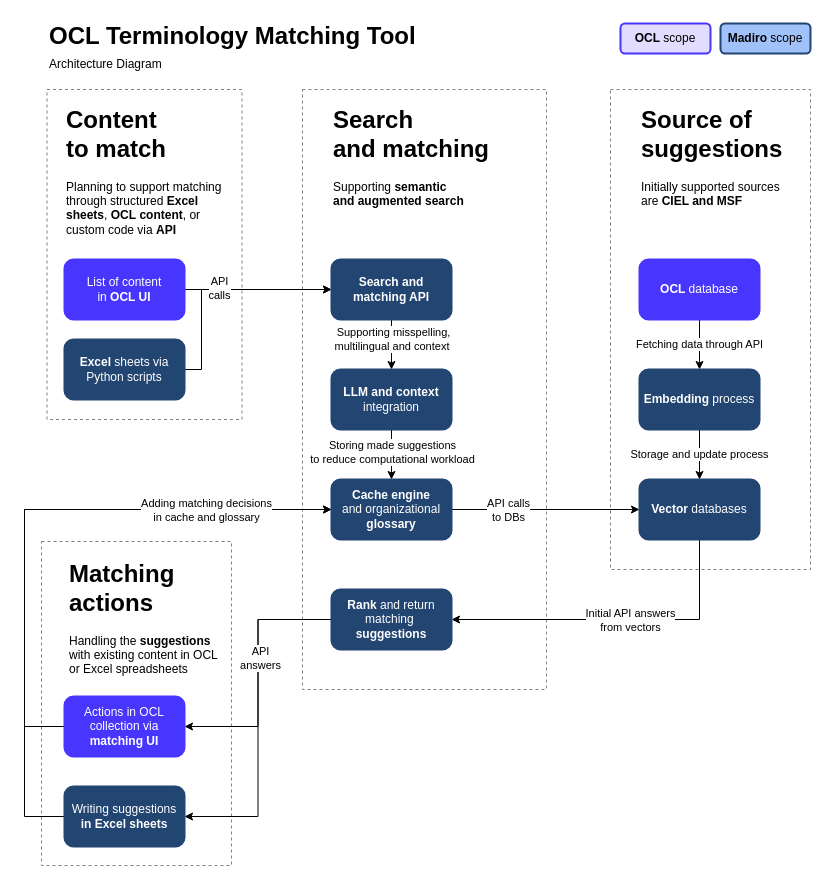
Earlier version of the draw.io diagram TerminologyMatchingAI.drawio (michaelbontyes/diagrams). Source tidied: cells renumbered, new cells numbered last; positions are measured from the earlier drawing's top-left corner, leaving out a move shared by most shapes. Both pictures are drawn from the tidied source at 100%, with x=0, y=0 at pixel (24, 17).
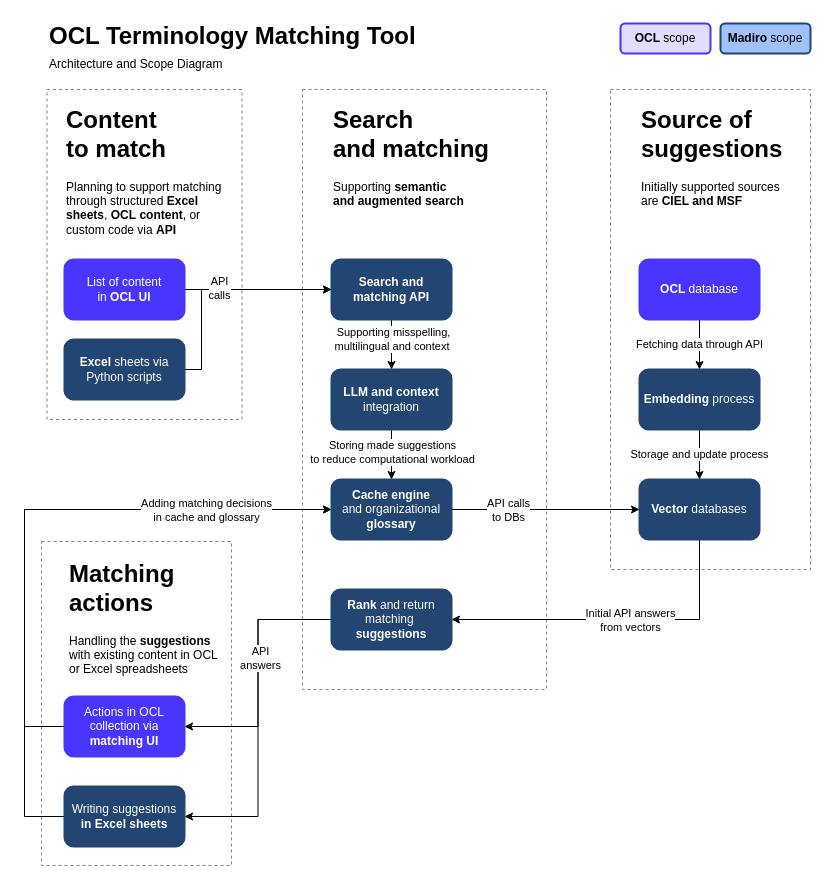
Above is the later version.

The edit, as a diff of the source:
```diff
@@
-    <mxCell id="45" value="&lt;h1 style=&quot;margin-top: 0px; line-height: 100%;&quot;&gt;OCL Terminology Matching Tool&lt;br&gt;&lt;span style=&quot;font-size: 12px; font-weight: normal; background-color: transparent; color: light-dark(rgb(0, 0, 0), rgb(255, 255, 255));&quot;&gt;Architecture Diagram&lt;/span&gt;&lt;/h1&gt;" style="text;html=1;whiteSpace=wrap;overflow=hidden;rounded=0;strokeColor=none;dashed=1;" parent="1" vertex="1">
+    <mxCell id="45" value="&lt;h1 style=&quot;margin-top: 0px; line-height: 100%;&quot;&gt;OCL Terminology Matching Tool&lt;br&gt;&lt;span style=&quot;font-size: 12px; font-weight: normal; background-color: transparent; color: light-dark(rgb(0, 0, 0), rgb(255, 255, 255));&quot;&gt;Architecture and Scope Diagram&lt;/span&gt;&lt;/h1&gt;" style="text;html=1;whiteSpace=wrap;overflow=hidden;rounded=0;strokeColor=none;dashed=1;" parent="1" vertex="1">
       <mxGeometry x="23" width="535.5" height="61" as="geometry" />
     </mxCell>
```
